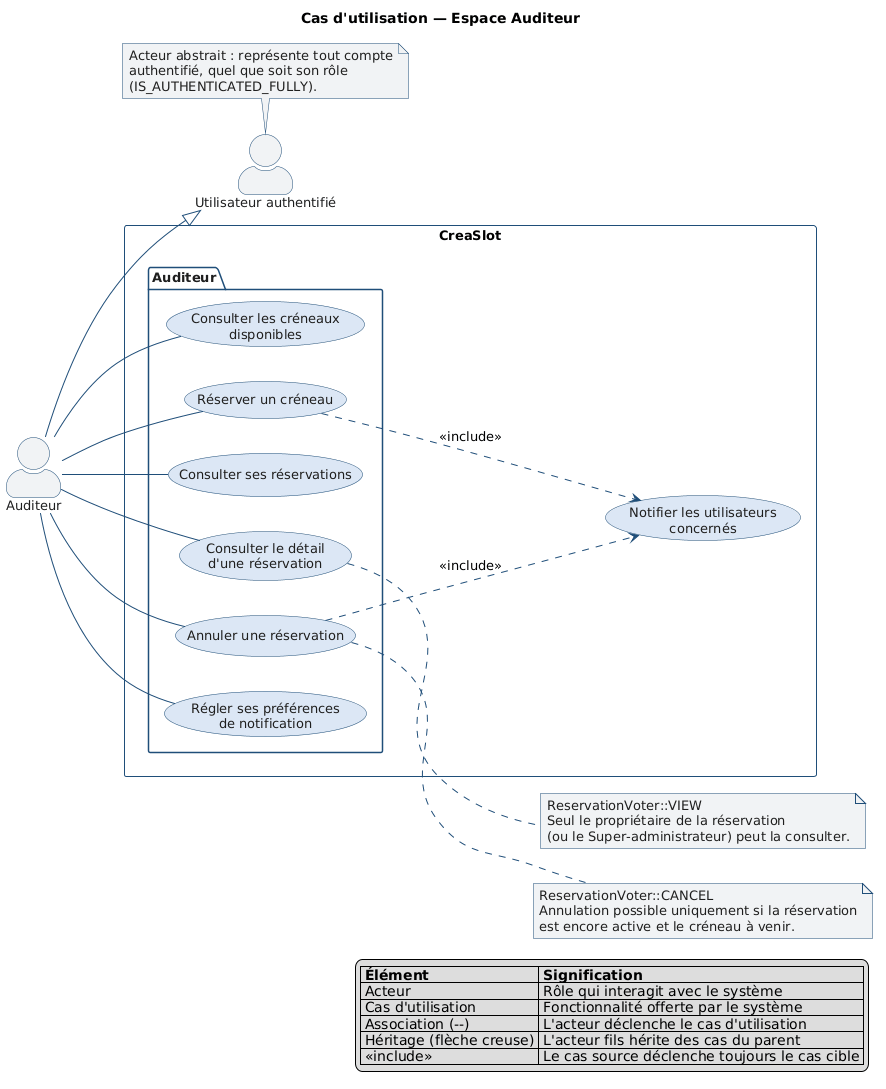
Earlier version of the PlantUML export docs/conception/diagrammes/cas-utilisation-2-auditeur.png (sgahovey/creaslot). The source it was exported from:
```plantuml
@startuml cas-utilisation-2-auditeur

left to right direction
skinparam shadowing false
skinparam actorStyle awesome
skinparam defaultFontName Helvetica
skinparam defaultFontSize 13
skinparam usecase {
  BorderColor #1F4E79
  BackgroundColor #DCE7F5
  FontColor #1E1E1E
}
skinparam actor {
  BorderColor #1F4E79
  FontColor #1E1E1E
}
skinparam participant {
  BorderColor #1F4E79
  BackgroundColor #DCE7F5
  FontColor #1E1E1E
}
skinparam sequence {
  ArrowColor #1F4E79
  LifeLineBorderColor #1F4E79
  GroupBorderColor #1F4E79
}
skinparam package {
  BorderColor #1F4E79
  FontColor #1E1E1E
}
skinparam note {
  BorderColor #1F4E79
  BackgroundColor #F1F3F5
  FontColor #1E1E1E
}

title Cas d'utilisation — Espace Auditeur

actor "Utilisateur authentifié" as UTILISATEUR
actor "Auditeur" as AUDITEUR

AUDITEUR --|> UTILISATEUR

rectangle CreaSlot {

    package "Auditeur" {
        usecase "Consulter les créneaux\ndisponibles"     as UC_CRENEAUX_DISPO
        usecase "Réserver un créneau"                     as UC_RESERVER
        usecase "Consulter ses réservations"              as UC_MES_RESERVATIONS
        usecase "Consulter le détail\nd'une réservation"  as UC_RESA_DETAIL
        usecase "Annuler une réservation"                 as UC_RESA_ANNULER
        usecase "Régler ses préférences\nde notification" as UC_PREFERENCES
    }

    usecase "Notifier les utilisateurs\nconcernés" as UC_NOTIFIER
}

AUDITEUR -- UC_CRENEAUX_DISPO
AUDITEUR -- UC_RESERVER
AUDITEUR -- UC_MES_RESERVATIONS
AUDITEUR -- UC_RESA_DETAIL
AUDITEUR -- UC_RESA_ANNULER
AUDITEUR -- UC_PREFERENCES

UC_RESERVER ..> UC_NOTIFIER : <<include>>

UC_RESA_ANNULER ..> UC_NOTIFIER : <<include>>

note right of UC_RESA_DETAIL
  ReservationVoter::VIEW
  Seul le propriétaire de la réservation
  (ou le Super-administrateur) peut la consulter.
end note

note right of UC_RESA_ANNULER
  ReservationVoter::CANCEL
  Annulation possible uniquement si la réservation
  est encore active et le créneau à venir.
end note

note top of UTILISATEUR
  Acteur abstrait : représente tout compte
  authentifié, quel que soit son rôle
  (IS_AUTHENTICATED_FULLY).
end note

legend right
  | **Élément** | **Signification** |
  | Acteur | Rôle qui interagit avec le système |
  | Cas d'utilisation | Fonctionnalité offerte par le système |
  | Association (--) | L'acteur déclenche le cas d'utilisation |
  | Héritage (flèche creuse) | L'acteur fils hérite des cas du parent |
  | <<include>> | Le cas source déclenche toujours le cas cible |
endlegend

@enduml
```
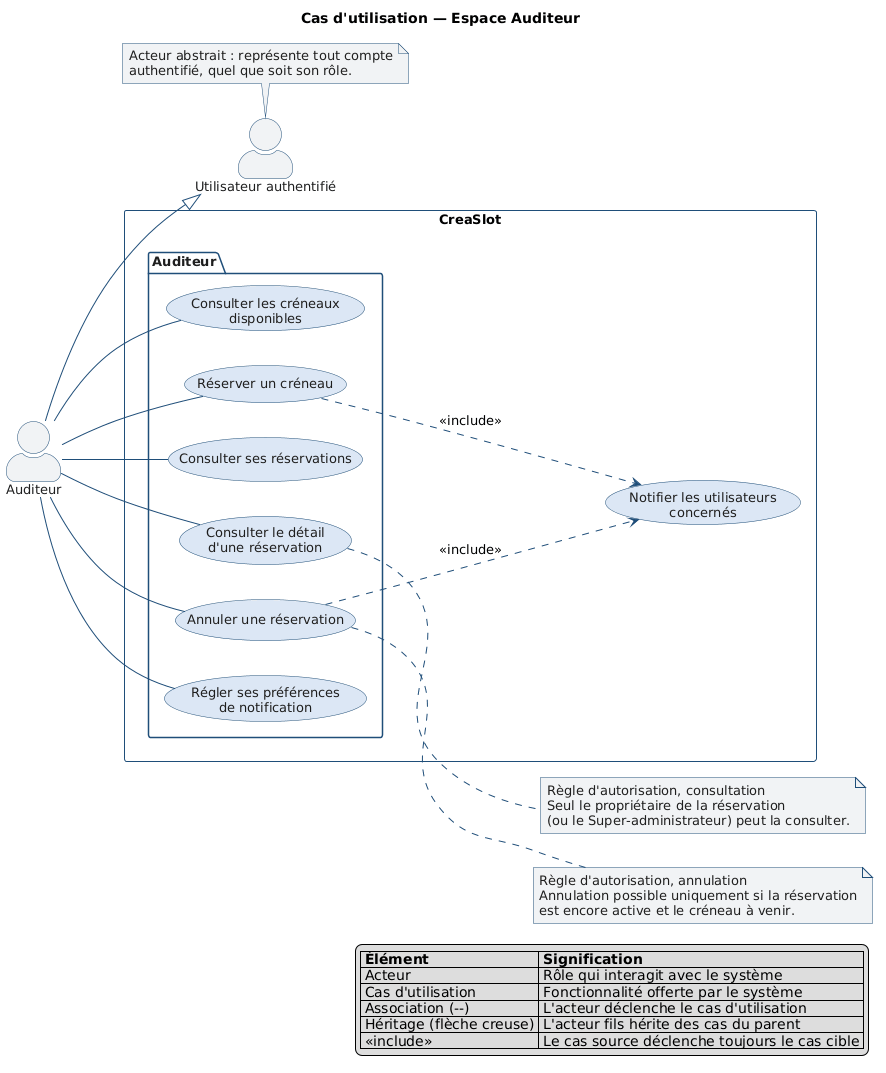
After the commit.

Diff of the diagram source:
```diff
@@ -67,21 +67,20 @@
 UC_RESA_ANNULER ..> UC_NOTIFIER : <<include>>
 
 note right of UC_RESA_DETAIL
-  ReservationVoter::VIEW
+  Règle d'autorisation, consultation
   Seul le propriétaire de la réservation
   (ou le Super-administrateur) peut la consulter.
 end note
 
 note right of UC_RESA_ANNULER
-  ReservationVoter::CANCEL
+  Règle d'autorisation, annulation
   Annulation possible uniquement si la réservation
   est encore active et le créneau à venir.
 end note
 
 note top of UTILISATEUR
   Acteur abstrait : représente tout compte
-  authentifié, quel que soit son rôle
-  (IS_AUTHENTICATED_FULLY).
+  authentifié, quel que soit son rôle.
 end note
 
 legend right
```
